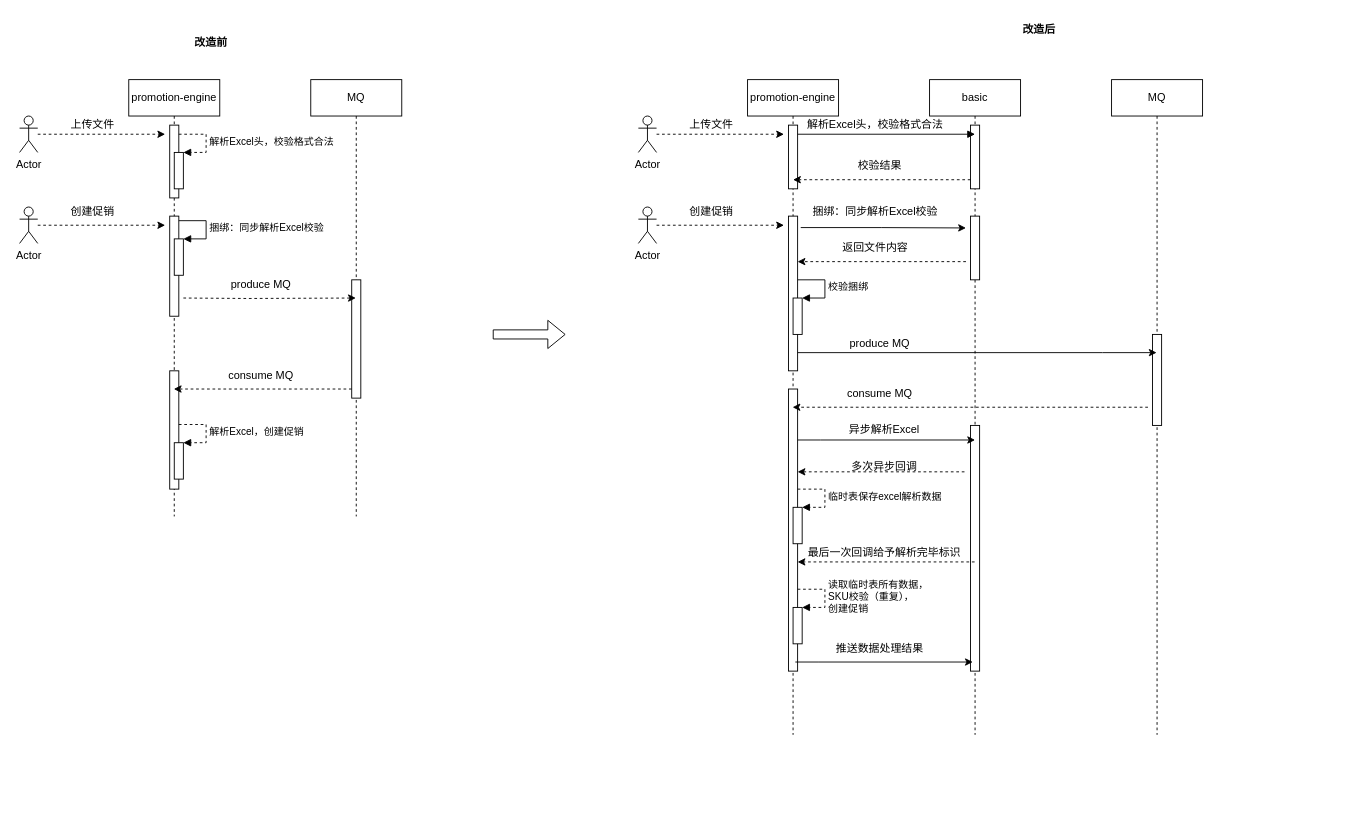
Above: 未命名绘图.drawio in jingjie2018/test (draw.io), before the change. Source tidied: cells renumbered, new cells numbered last; positions are measured from the earlier drawing's top-left corner, leaving out a move shared by most shapes. Both pictures are drawn from the tidied source at 91%, with x=0, y=0 at pixel (19, 15).
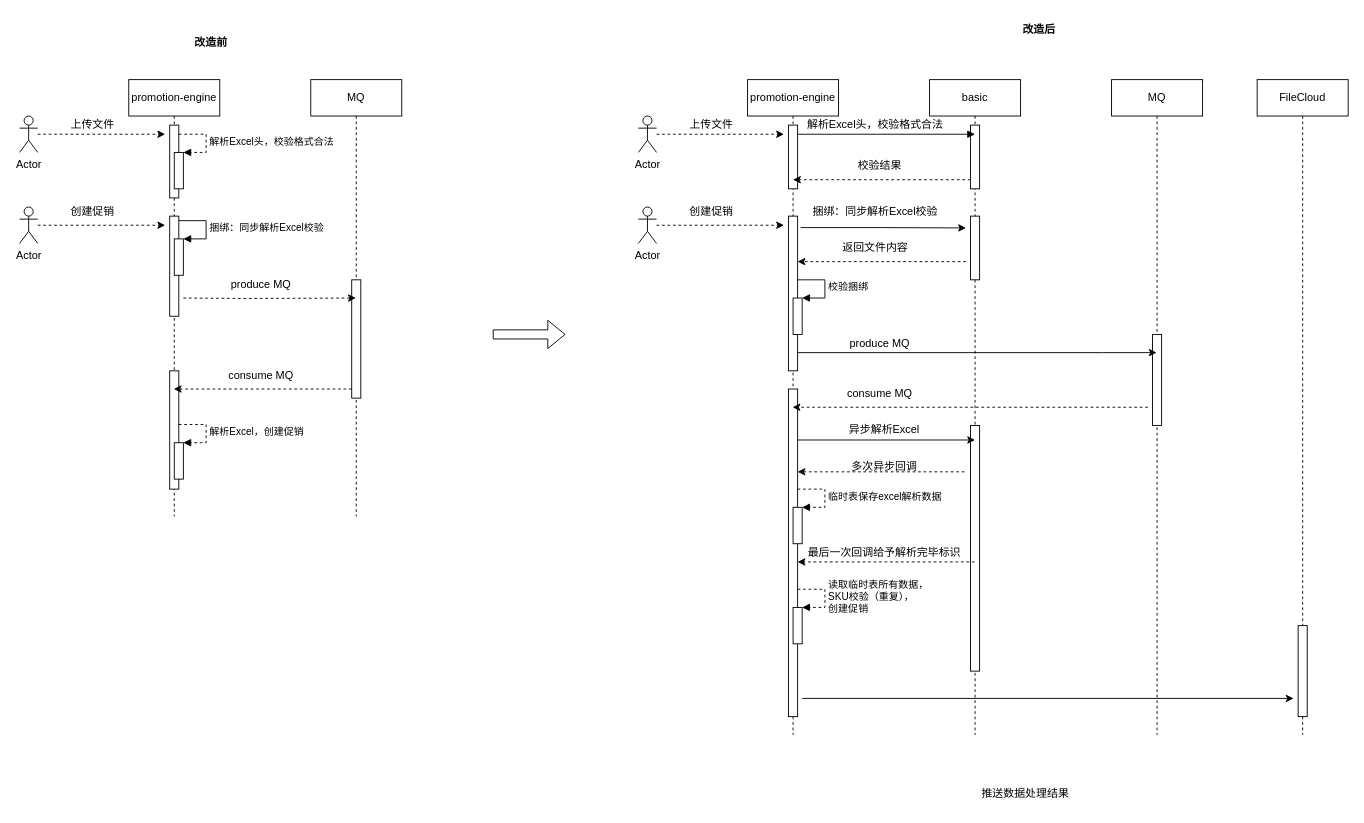
The same diagram, later.

Commit message:
更新未命名绘图.drawio

Unchanged cells that the change refers to:
```xml
<mxCell id="24" value="promotion-engine" style="shape=umlLifeline;perimeter=lifelinePerimeter;whiteSpace=wrap;html=1;outlineConnect=0;" parent="1" vertex="1">
  <mxGeometry x="800" y="70" width="100" height="720" as="geometry" />
</mxCell>
<mxCell id="34" value="basic" style="shape=umlLifeline;perimeter=lifelinePerimeter;whiteSpace=wrap;html=1;outlineConnect=0;" parent="1" vertex="1">
  <mxGeometry x="1000" y="70" width="100" height="720" as="geometry" />
</mxCell>
```

The edit, as a diff of the source:
```diff
@@
     <mxCell id="25" style="html=1;perimeter=orthogonalPerimeter;" parent="24" vertex="1">
-      <mxGeometry x="45" y="340" width="10" height="310" as="geometry" />
+      <mxGeometry x="45" y="340" width="10" height="360" as="geometry" />
     </mxCell>
@@
+    <mxCell id="67" style="edgeStyle=orthogonalEdgeStyle;rounded=0;orthogonalLoop=1;jettySize=auto;html=1;" parent="34" edge="1">
+      <mxGeometry relative="1" as="geometry">
+        <mxPoint x="-140" y="680" as="sourcePoint" />
+        <mxPoint x="400" y="680" as="targetPoint" />
+      </mxGeometry>
+    </mxCell>
@@
-    <mxCell id="67" style="edgeStyle=orthogonalEdgeStyle;rounded=0;orthogonalLoop=1;jettySize=auto;html=1;entryX=0.5;entryY=0.286;entryDx=0;entryDy=0;entryPerimeter=0;" parent="1" edge="1">
-      <mxGeometry relative="1" as="geometry">
-        <mxPoint x="852.5" y="710" as="sourcePoint" />
-        <mxPoint x="1047.5" y="710" as="targetPoint" />
-        <Array as="points">
-          <mxPoint x="877.5" y="710" />
-          <mxPoint x="877.5" y="710" />
-        </Array>
-      </mxGeometry>
-    </mxCell>
     <mxCell id="68" value="推送数据处理结果" style="text;html=1;align=center;verticalAlign=middle;strokeColor=none;fillColor=none;" parent="1" vertex="1">
-      <mxGeometry x="885" y="680" width="120" height="30" as="geometry" />
+      <mxGeometry x="1045" y="840" width="120" height="30" as="geometry" />
     </mxCell>
+    <mxCell id="69" value="FileCloud" style="shape=umlLifeline;perimeter=lifelinePerimeter;whiteSpace=wrap;html=1;" parent="1" vertex="1">
+      <mxGeometry x="1360" y="70" width="100" height="720" as="geometry" />
+    </mxCell>
+    <mxCell id="70" style="html=1;perimeter=orthogonalPerimeter;" parent="69" vertex="1">
+      <mxGeometry x="45" y="600" width="10" height="100" as="geometry" />
+    </mxCell>
```
